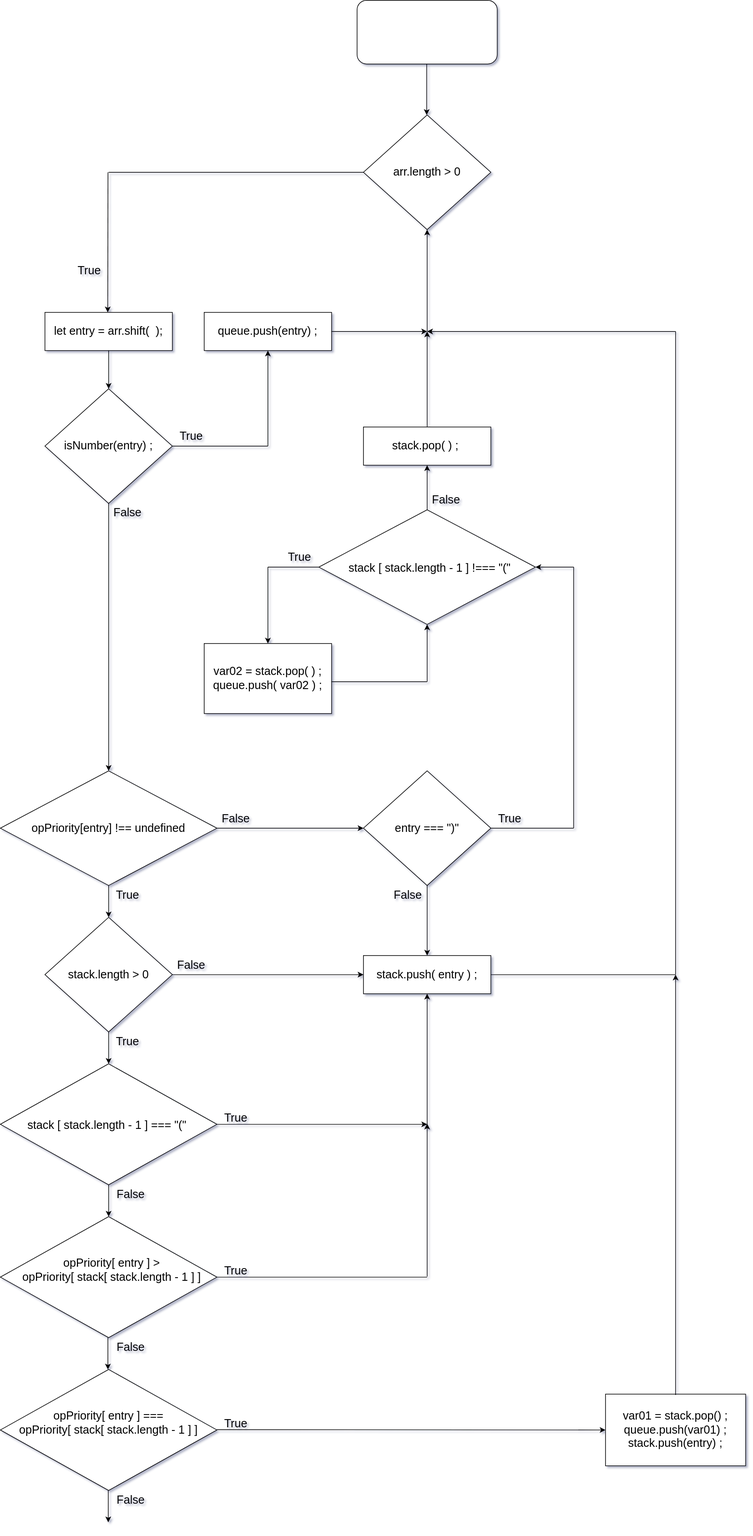
The draw.io diagram Untitled Diagram.drawio.svg in jcgm3205/jcgm3205, before a commit. Source tidied: cells renumbered, new cells last; positions are measured from the earlier drawing's top-left corner, leaving out a move shared by most shapes.
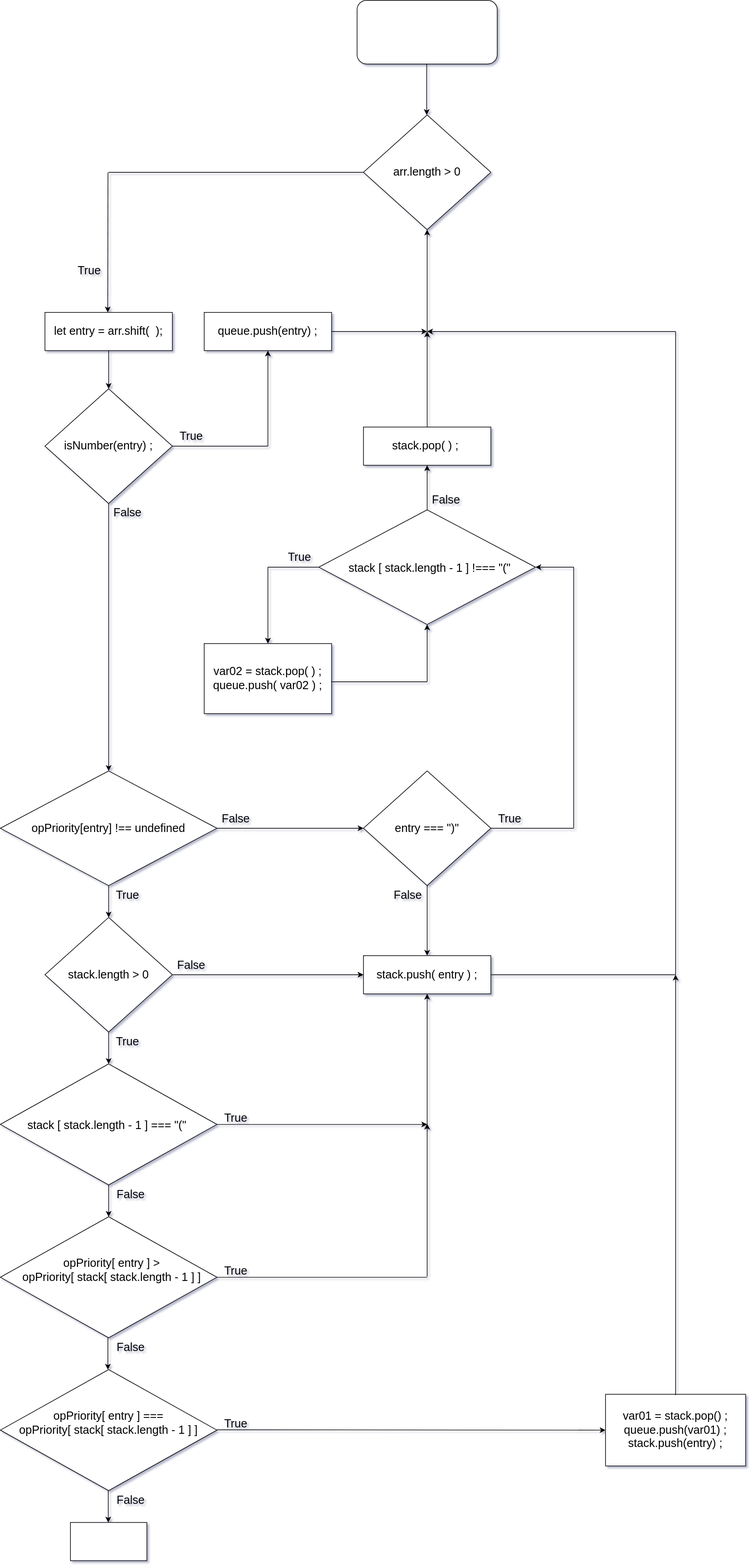
The same file after the commit.

Change to the diagram source:
```diff
@@ -332,5 +332,8 @@
     <mxCell id="82" value="True" style="text;html=1;strokeColor=none;fillColor=none;align=center;verticalAlign=middle;whiteSpace=wrap;rounded=0;fontSize=18;" parent="1" vertex="1">
       <mxGeometry x="340" y="2220" width="60" height="30" as="geometry" />
     </mxCell>
+    <mxCell id="83" style="rounded=0;whiteSpace=wrap;html=1;fontSize=18;strokeWidth=1;" parent="1" vertex="1">
+      <mxGeometry x="110" y="2390" width="120" height="60" as="geometry" />
+    </mxCell>
   </root>
 </mxGraphModel>
```
